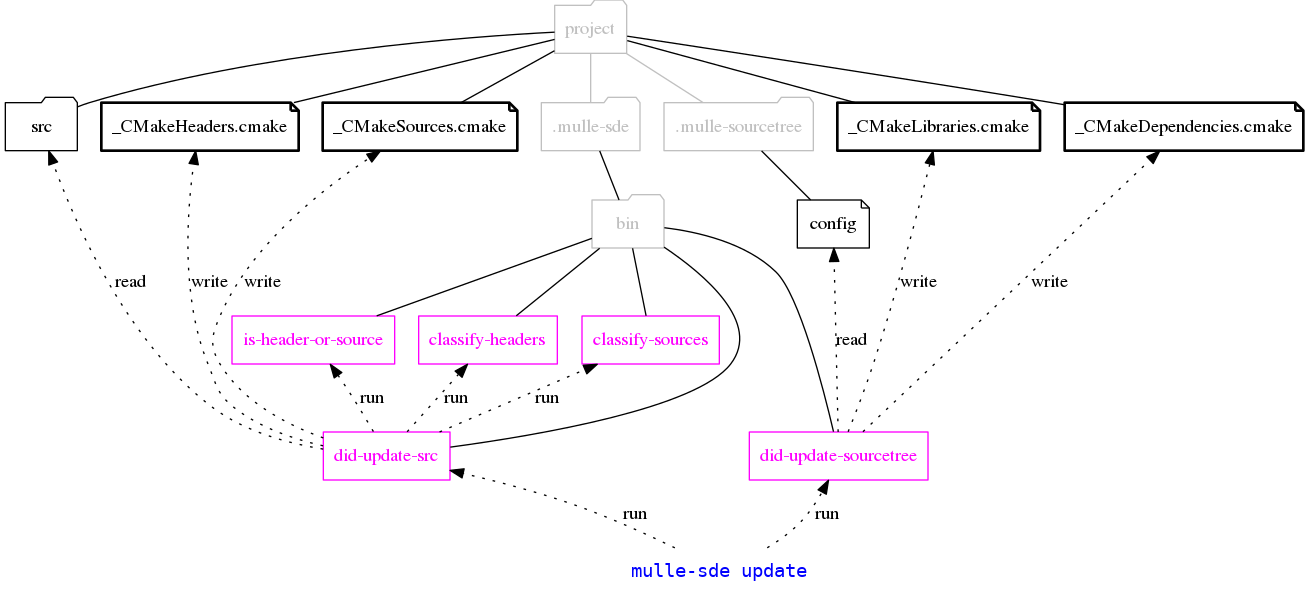
Before: dox/mulle-sde-update.png, a diagram exported from Graphviz (mulle-sde/mulle-sde). Its source is kept beside it as dox/mulle-sde-update.dot.
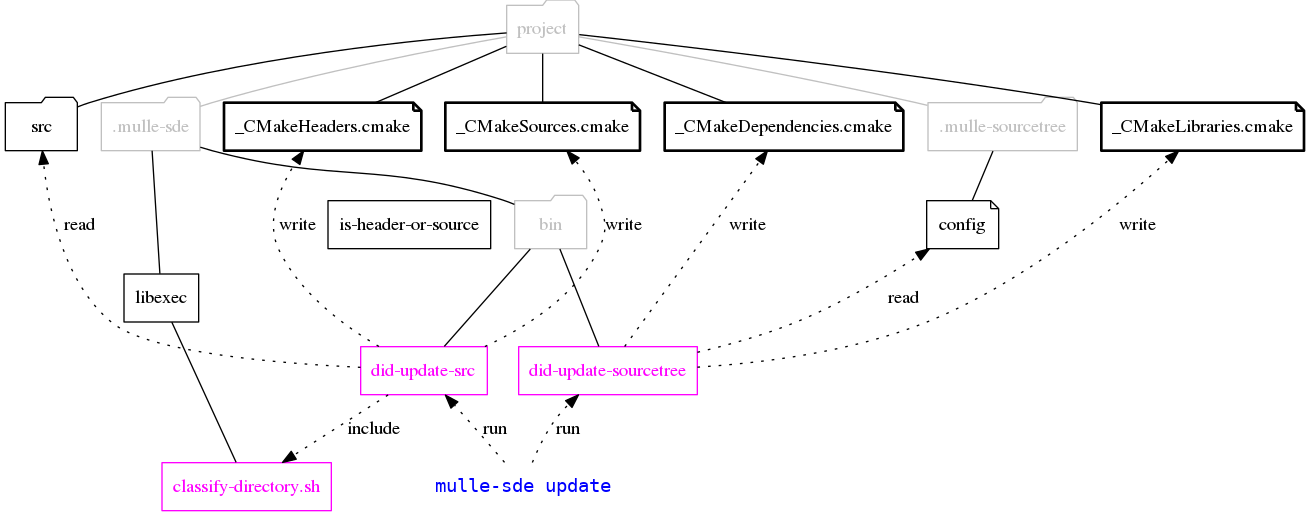
The same diagram one commit later.

Diff of the diagram source:
```diff
@@ -2,11 +2,12 @@
     graph [rankdir = TD];
 
     node[shape=record];
+    edge[ arrowhead="none", color="gray"]
 
     { rank = same;  "project" };
     { rank = same;  "src", ".mulle-sde" ".mulle-sourcetree", "_CMakeHeaders.cmake", "_CMakeSources.cmake", "_CMakeLibraries.cmake", "_CMakeDependencies.cmake"};
-    { rank = same;  "bin", "config"}
-    { rank = same;  "is-header-or-source", "classify-headers", "classify-sources" };
+    { rank = same;  "bin", "libexec", "config"}
+    { rank = same;  "classify-directory.sh" };
     { rank = same;  "did-update-src", "did-update-sourcetree" };
     { rank = last;  "mulle-sde update" };
 
@@ -17,9 +18,7 @@
 
     "did-update-src"           [ shape="box", color="magenta", fontcolor="magenta" ]
     "did-update-sourcetree"    [ shape="box", color="magenta", fontcolor="magenta" ]
-    "is-header-or-source"      [ shape="box", color="magenta", fontcolor="magenta" ]
-    "classify-headers"         [ shape="box", color="magenta", fontcolor="magenta" ]
-    "classify-sources"         [ shape="box", color="magenta", fontcolor="magenta" ]
+    "classify-directory.sh"    [ shape="box", color="magenta", fontcolor="magenta" ]
 
     "project"                              [ shape="folder", color="gray", fontcolor="gray" ]
     "project" -> "src"                      [ arrowhead="none" ]
@@ -34,35 +33,34 @@
     ".mulle-sde"        [ shape="folder", color="gray", fontcolor="gray" ]
     ".mulle-sourcetree" [ shape="folder", color="gray", fontcolor="gray" ]
     "bin"               [ shape="folder", color="gray", fontcolor="gray" ]
+    "libexec"           [ shape="folder", color="gray", fontcolor="gray" ]
     "config"            [ shape="note" ]
 
     "mulle-sde update"  [ shape="none", fontname="monospace", fontcolor="blue"]
-    "is-header-or-source"   -> "did-update-src"     [ style="invis" ]
     "did-update-src"        -> "mulle-sde update"   [ style="invis" ]
     "did-update-sourcetree" -> "mulle-sde update"   [ style="invis" ]
 
 
-    ".mulle-sde" -> "bin"               [ arrowhead="none" ]
-    "bin"  -> "did-update-src"          [ arrowhead="none" ]
-    "bin"  -> "did-update-sourcetree"   [ arrowhead="none" ]
-    "bin"  -> "is-header-or-source"     [ arrowhead="none" ]
-    "bin"  -> "classify-headers"        [ arrowhead="none" ]
-    "bin"  -> "classify-sources"        [ arrowhead="none" ]
-    ".mulle-sourcetree" -> "config"     [ arrowhead="none" ]
+    ".mulle-sde" -> "bin"
+    ".mulle-sde" -> "libexec"
+    "bin"  -> "did-update-src"
+    "bin"  -> "did-update-sourcetree"
+    "libexec"  -> "classify-directory.sh"
 
+    ".mulle-sourcetree" -> "config"
 
-    "mulle-sde update"  -> "did-update-src"        [ style="dotted", label="run" ]
-    "mulle-sde update"  -> "did-update-sourcetree" [ style="dotted", label="run"]
+    edge[ arrowhead="", style="dotted", color="black" ]
 
-    "did-update-src" -> "_CMakeHeaders.cmake"   [ style="dotted", label="write" ]
-    "did-update-src" -> "is-header-or-source" [ style="dotted", label="run" ]
-    "did-update-src" -> "_CMakeSources.cmake"   [ style="dotted", label="write" ]
-    "did-update-src" -> "classify-headers"    [ style="dotted", label="run" ]
-    "did-update-src" -> "classify-sources"    [ style="dotted", label="run" ]
+    "mulle-sde update"  -> "did-update-src"        [ label="run" ]
+    "mulle-sde update"  -> "did-update-sourcetree" [ label="run"]
 
-    "did-update-sourcetree" -> "_CMakeDependencies.cmake" [ style="dotted", label="write" ]
-    "did-update-sourcetree" -> "_CMakeLibraries.cmake"    [ style="dotted", label="write" ]
+    "did-update-src" -> "_CMakeHeaders.cmake"      [ label="write" ]
+    "did-update-src" -> "_CMakeSources.cmake"      [ label="write" ]
+    "did-update-src" -> "classify-directory.sh"    [ label="include" ]
 
-    "did-update-src"        -> "src"       [ style="dotted", label="read" ]
-    "did-update-sourcetree" -> "config"    [ style="dotted", label="read" ]
+    "did-update-sourcetree" -> "_CMakeDependencies.cmake" [ label="write" ]
+    "did-update-sourcetree" -> "_CMakeLibraries.cmake"    [ label="write" ]
+
+    "did-update-src"        -> "src"       [ label="read" ]
+    "did-update-sourcetree" -> "config"    [ label="read" ]
 }
```
